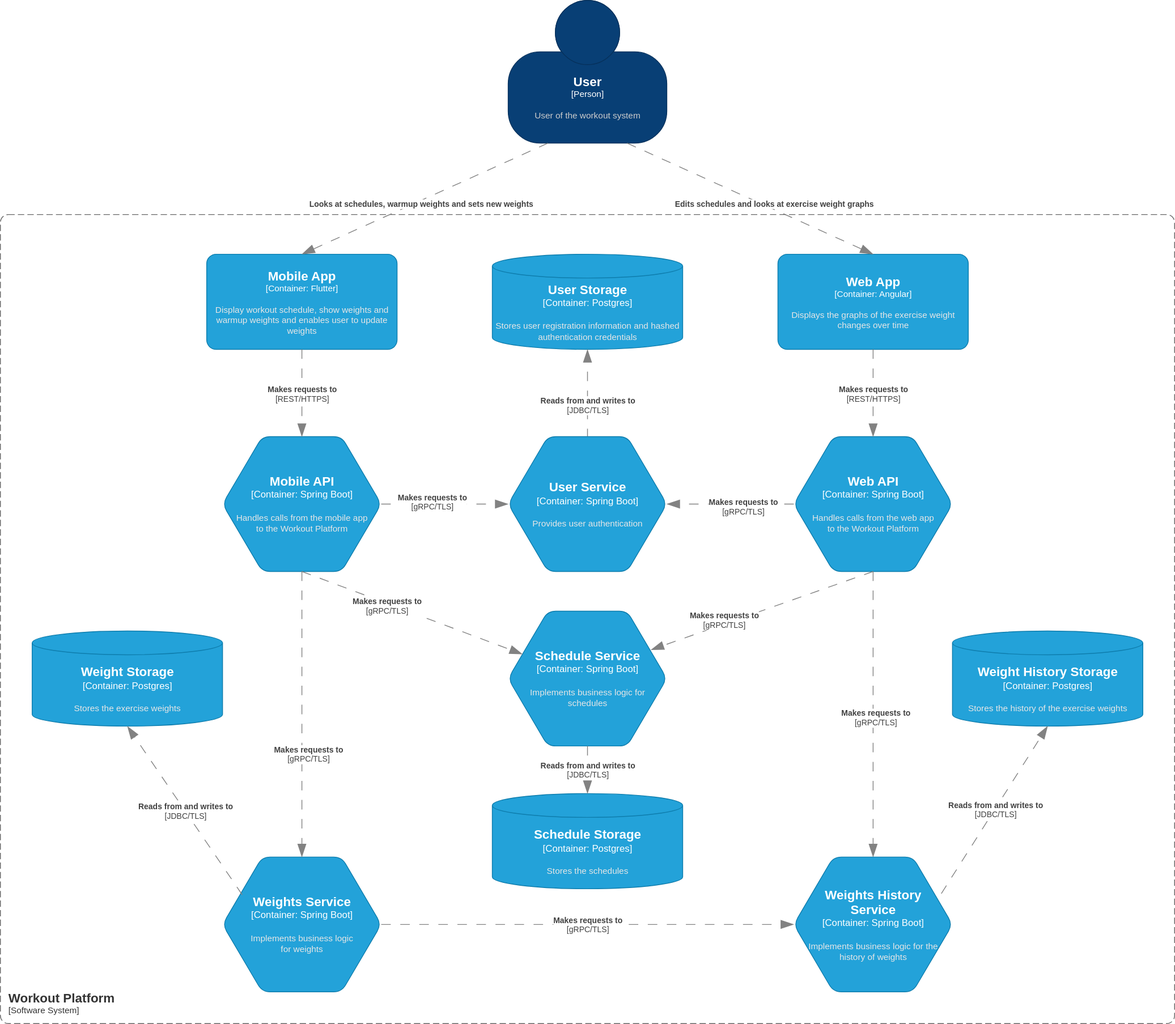
This is docs/v1-container-diagram.svg from LukasDS/lds-workout-system, a draw.io export, as it was before one commit. Source tidied: cells renumbered, new cells last; positions are measured from the earlier drawing's top-left corner, leaving out a move shared by most shapes.
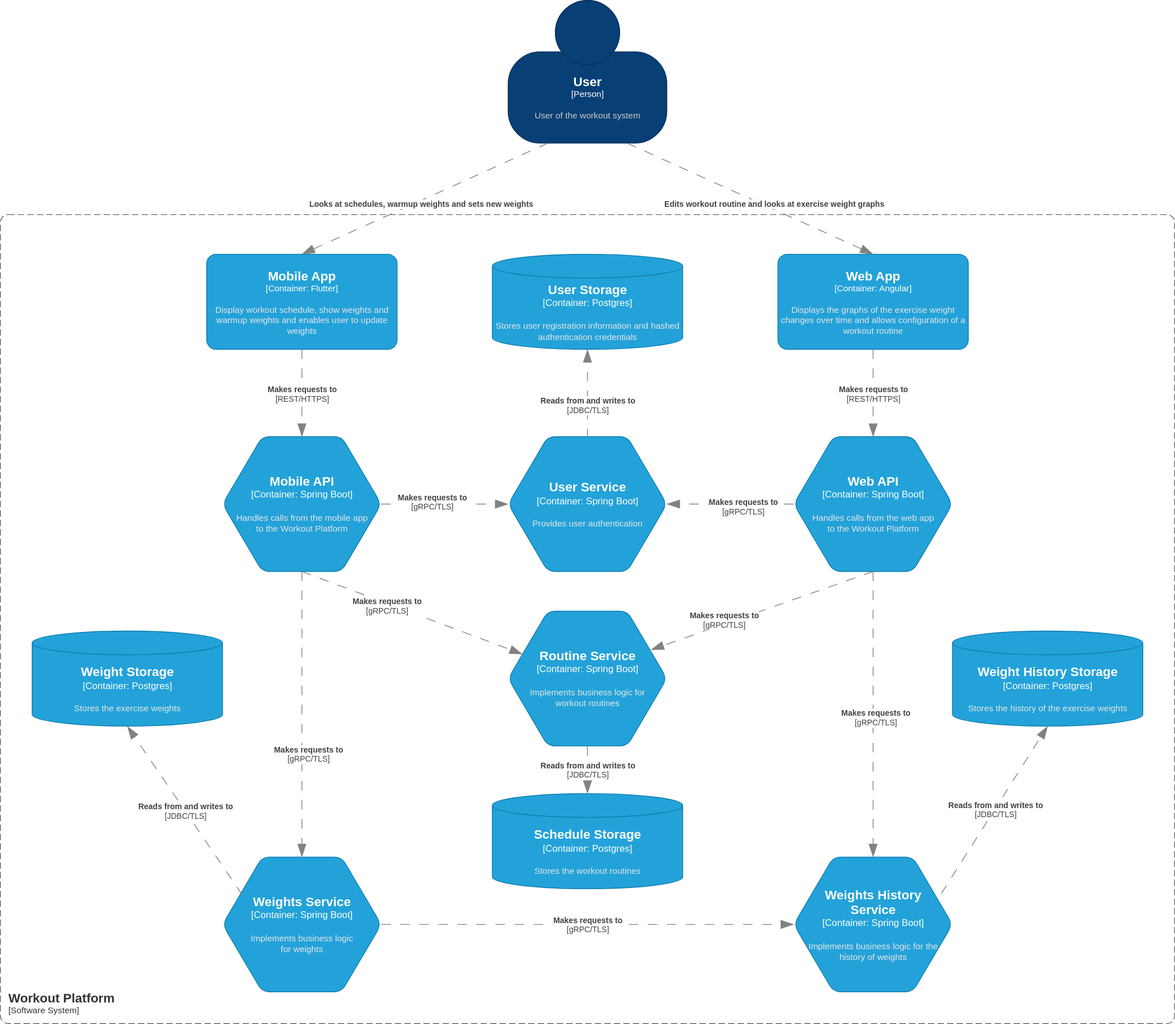
After the change.

The edit, as a diff of the source:
```diff
@@ -7,12 +7,12 @@
         <mxGeometry x="640" width="200" height="180" as="geometry" />
       </mxCell>
     </object>
-    <object id="3" label="&lt;font style=&quot;font-size: 16px&quot;&gt;&lt;b&gt;%c4Name%&lt;/b&gt;&lt;/font&gt;&lt;div&gt;[%c4Type%: %c4Technology%]&lt;/div&gt;&lt;br&gt;&lt;div&gt;&lt;font style=&quot;font-size: 11px&quot;&gt;&lt;font color=&quot;#E6E6E6&quot;&gt;%c4Description%&lt;/font&gt;&lt;/div&gt;" c4Description="Displays the graphs of the exercise weight changes over time " c4Name="Web App" c4Technology="Angular" c4Type="Container" placeholders="1">
+    <object id="3" label="&lt;font style=&quot;font-size: 16px&quot;&gt;&lt;b&gt;%c4Name%&lt;/b&gt;&lt;/font&gt;&lt;div&gt;[%c4Type%: %c4Technology%]&lt;/div&gt;&lt;br&gt;&lt;div&gt;&lt;font style=&quot;font-size: 11px&quot;&gt;&lt;font color=&quot;#E6E6E6&quot;&gt;%c4Description%&lt;/font&gt;&lt;/div&gt;" c4Description="Displays the graphs of the exercise weight changes over time and allows configuration of a workout routine" c4Name="Web App" c4Technology="Angular" c4Type="Container" placeholders="1">
       <mxCell style="rounded=1;whiteSpace=wrap;html=1;fontSize=11;labelBackgroundColor=none;fillColor=#23A2D9;fontColor=#ffffff;align=center;arcSize=10;strokeColor=#0E7DAD;points=[[0.25,0,0],[0.5,0,0],[0.75,0,0],[1,0.25,0],[1,0.5,0],[1,0.75,0],[0.75,1,0],[0.5,1,0],[0.25,1,0],[0,0.75,0],[0,0.5,0],[0,0.25,0]];" parent="1" vertex="1">
         <mxGeometry x="980" y="320" width="240" height="120" as="geometry" />
       </mxCell>
     </object>
-    <object id="4" label="&lt;div style=&quot;text-align: left&quot;&gt;&lt;div style=&quot;text-align: center&quot;&gt;&lt;b&gt;%c4Description%&lt;/b&gt;&lt;/div&gt;" c4Description="Edits schedules and looks at exercise weight graphs" c4Type="Relationship" placeholders="1">
+    <object id="4" label="&lt;div style=&quot;text-align: left&quot;&gt;&lt;div style=&quot;text-align: center&quot;&gt;&lt;b&gt;%c4Description%&lt;/b&gt;&lt;/div&gt;" c4Description="Edits workout routine and looks at exercise weight graphs" c4Type="Relationship" placeholders="1">
       <mxCell style="endArrow=blockThin;html=1;fontSize=10;fontColor=#404040;strokeWidth=1;endFill=1;strokeColor=#828282;elbow=vertical;endSize=14;startSize=14;jumpStyle=arc;jumpSize=16;rounded=0;exitX=0.75;exitY=1;exitDx=0;exitDy=0;exitPerimeter=0;entryX=0.5;entryY=0;entryDx=0;entryDy=0;entryPerimeter=0;dashed=1;dashPattern=12 12;" parent="1" edge="1" source="2" target="3">
         <mxGeometry x="0.17" y="7" relative="1" as="geometry" />
       </mxCell>
@@ -66,7 +66,7 @@
         <mxGeometry relative="1" as="geometry" />
       </mxCell>
     </object>
-    <object id="14" label="&lt;font style=&quot;font-size: 16px&quot;&gt;&lt;b&gt;%c4Name%&lt;/b&gt;&lt;/font&gt;&lt;div&gt;[%c4Type%:&amp;nbsp;%c4Technology%]&lt;/div&gt;&lt;br&gt;&lt;div&gt;&lt;font style=&quot;font-size: 11px&quot;&gt;&lt;font color=&quot;#E6E6E6&quot;&gt;%c4Description%&lt;/font&gt;&lt;/div&gt;" c4Description="Implements business logic for&#10;schedules" c4Name="Schedule Service" c4Technology="Spring Boot" c4Type="Container" placeholders="1">
+    <object id="14" label="&lt;font style=&quot;font-size: 16px&quot;&gt;&lt;b&gt;%c4Name%&lt;/b&gt;&lt;/font&gt;&lt;div&gt;[%c4Type%:&amp;nbsp;%c4Technology%]&lt;/div&gt;&lt;br&gt;&lt;div&gt;&lt;font style=&quot;font-size: 11px&quot;&gt;&lt;font color=&quot;#E6E6E6&quot;&gt;%c4Description%&lt;/font&gt;&lt;/div&gt;" c4Description="Implements business logic for&#10;workout routines" c4Name="Routine Service" c4Technology="Spring Boot" c4Type="Container" placeholders="1">
       <mxCell style="shape=hexagon;size=50;perimeter=hexagonPerimeter2;whiteSpace=wrap;html=1;fixedSize=1;rounded=1;labelBackgroundColor=none;fillColor=#23A2D9;fontSize=12;fontColor=#ffffff;align=center;strokeColor=#0E7DAD;points=[[0.5,0,0],[1,0.25,0],[1,0.5,0],[1,0.75,0],[0.5,1,0],[0,0.75,0],[0,0.5,0],[0,0.25,0]];" parent="1" vertex="1">
         <mxGeometry x="640" y="770" width="200" height="170" as="geometry" />
       </mxCell>
@@ -100,7 +100,7 @@
         <mxGeometry relative="1" as="geometry" />
       </mxCell>
     </object>
-    <object id="20" label="&lt;font style=&quot;font-size: 16px&quot;&gt;&lt;b&gt;%c4Name%&lt;/b&gt;&lt;/font&gt;&lt;div&gt;[%c4Type%:&amp;nbsp;%c4Technology%]&lt;/div&gt;&lt;br&gt;&lt;div&gt;&lt;font style=&quot;font-size: 11px&quot;&gt;&lt;font color=&quot;#E6E6E6&quot;&gt;%c4Description%&lt;/font&gt;&lt;/div&gt;" c4Description="Stores the schedules" c4Name="Schedule Storage" c4Technology="Postgres" c4Type="Container" placeholders="1">
+    <object id="20" label="&lt;font style=&quot;font-size: 16px&quot;&gt;&lt;b&gt;%c4Name%&lt;/b&gt;&lt;/font&gt;&lt;div&gt;[%c4Type%:&amp;nbsp;%c4Technology%]&lt;/div&gt;&lt;br&gt;&lt;div&gt;&lt;font style=&quot;font-size: 11px&quot;&gt;&lt;font color=&quot;#E6E6E6&quot;&gt;%c4Description%&lt;/font&gt;&lt;/div&gt;" c4Description="Stores the workout routines" c4Name="Schedule Storage" c4Technology="Postgres" c4Type="Container" placeholders="1">
       <mxCell style="shape=cylinder3;size=15;whiteSpace=wrap;html=1;boundedLbl=1;rounded=0;labelBackgroundColor=none;fillColor=#23A2D9;fontSize=12;fontColor=#ffffff;align=center;strokeColor=#0E7DAD;points=[[0.5,0,0],[1,0.25,0],[1,0.5,0],[1,0.75,0],[0.5,1,0],[0,0.75,0],[0,0.5,0],[0,0.25,0]];" parent="1" vertex="1">
         <mxGeometry x="620" y="1000" width="240" height="120" as="geometry" />
       </mxCell>
```
